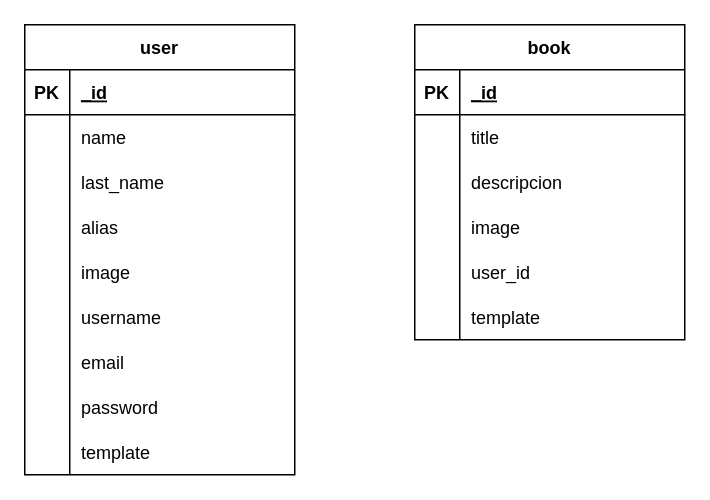
David47742412/lvif keeps this draw.io diagram as src/database/modeling/lvif-modeling.drawio. Above is the earlier version. Source tidied: cells renumbered, new cells numbered last; positions are measured from the earlier drawing's top-left corner, leaving out a move shared by most shapes. Both pictures are drawn from the tidied source at 150%, with x=0, y=0 at pixel (24, 24).
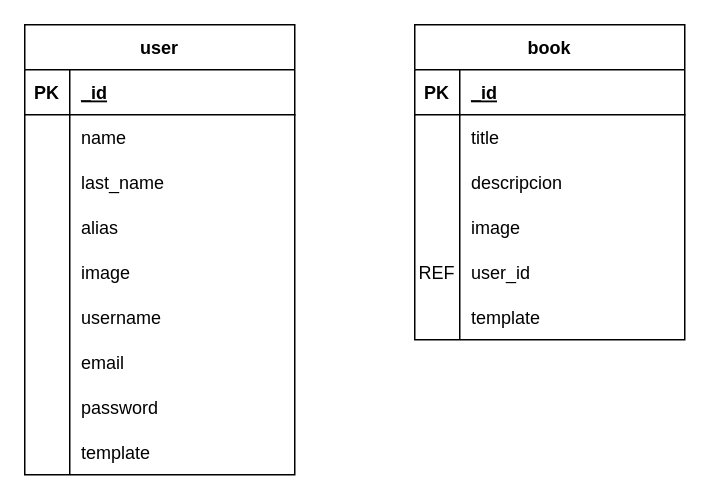
The same diagram, later.

Unchanged cells that the change refers to:
```xml
<mxCell id="43" style="shape=tableRow;horizontal=0;startSize=0;swimlaneHead=0;swimlaneBody=0;fillColor=none;top=0;left=0;right=0;bottom=0;" parent="30" vertex="1">
  <mxGeometry y="150" width="180" height="30" as="geometry" />
</mxCell>
```

The edit, as a diff of the source:
```diff
@@
-    <mxCell id="44" style="shape=partialRectangle;fillColor=none;top=0;left=0;bottom=0;right=0;overflow=hidden;" parent="43" vertex="1">
+    <mxCell id="44" value="REF" style="shape=partialRectangle;fillColor=none;top=0;left=0;bottom=0;right=0;overflow=hidden;" parent="43" vertex="1">
       <mxGeometry width="30" height="30" as="geometry" />
     </mxCell>
```
